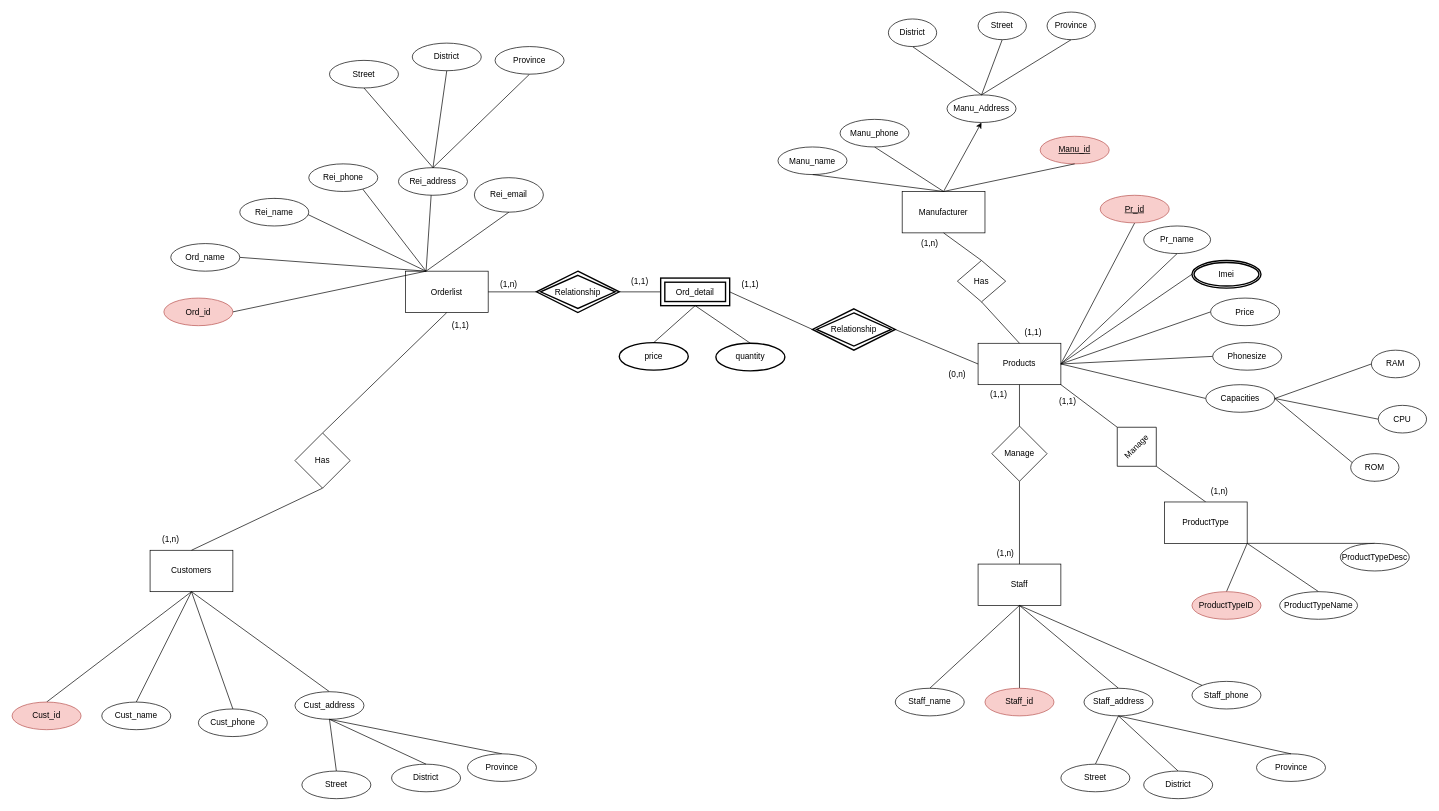
This is ERD Phone.drawio from khanh8603/khanh8603, a draw.io file, before an edit. Source tidied: cells renumbered, new cells numbered last; positions are measured from the earlier drawing's top-left corner, leaving out a move shared by most shapes. Both pictures are drawn from the tidied source at 69%, with x=0, y=0 at pixel (12, 12).
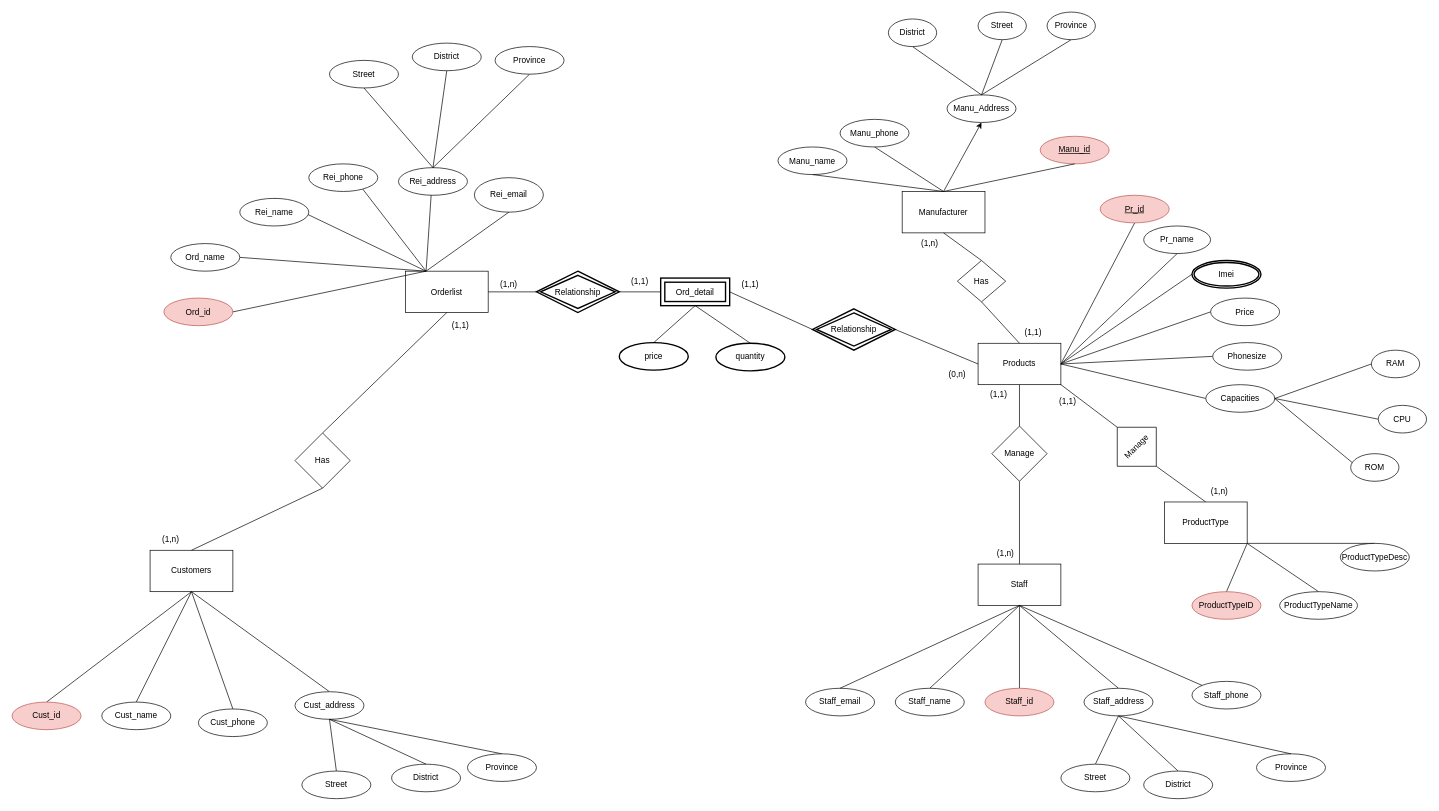
After the change.

Commit message:
Cập nhật ERD Phone.drawio

Unchanged cells that the change refers to:
```xml
<mxCell id="25" value="Staff" style="rounded=0;whiteSpace=wrap;html=1;strokeColor=#000000;fillColor=default;" parent="1" vertex="1">
  <mxGeometry x="1400" y="800" width="120" height="60" as="geometry" />
</mxCell>
```

The edit, as a diff of the source:
```diff
@@
+    <mxCell id="127" value="Staff_email" style="ellipse;whiteSpace=wrap;html=1;align=center;strokeColor=#000000;fillColor=default;" parent="1" vertex="1">
+      <mxGeometry x="1150" y="980" width="100" height="40" as="geometry" />
+    </mxCell>
+    <mxCell id="128" style="endArrow=none;html=1;rounded=0;entryX=0.5;entryY=1;entryDx=0;entryDy=0;exitX=0.5;exitY=0;exitDx=0;exitDy=0;" parent="1" edge="1" source="127" target="25">
+      <mxGeometry relative="1" as="geometry" />
+    </mxCell>
```
